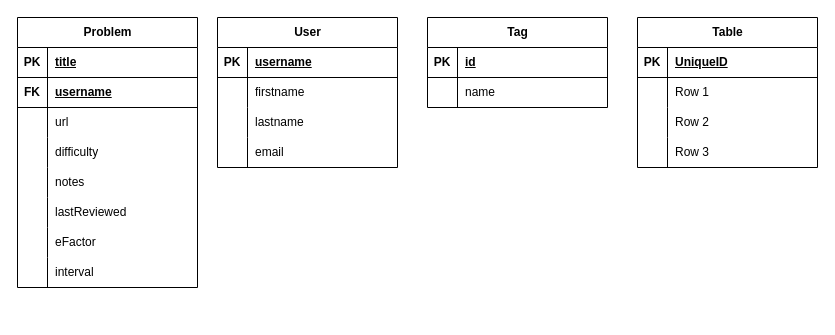
Before: project2.drawio in devanshkhandelwal/cs348, a draw.io diagram. Source tidied: cells renumbered, new cells numbered last; positions are measured from the earlier drawing's top-left corner, leaving out a move shared by most shapes. Both pictures are drawn from the tidied source at 100%, with x=0, y=0 at pixel (17, 17).
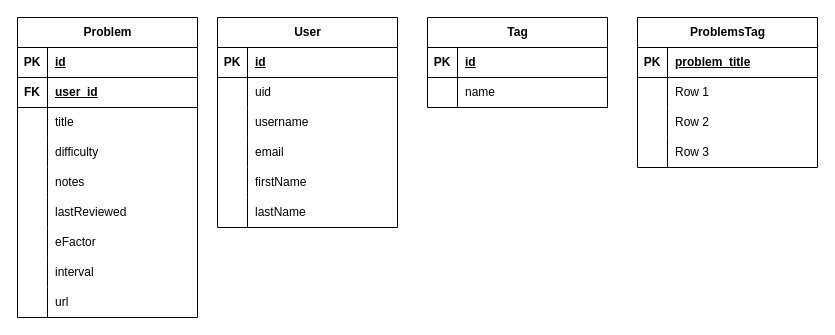
Above is the later version.

The change refers to these unchanged cells:
```xml
<mxCell id="3" style="shape=tableRow;horizontal=0;startSize=0;swimlaneHead=0;swimlaneBody=0;fillColor=none;top=0;left=0;right=0;bottom=1;" parent="2" vertex="1">
  <mxGeometry y="30" width="180" height="30" as="geometry" />
</mxCell>
<mxCell id="6" style="shape=tableRow;horizontal=0;startSize=0;swimlaneHead=0;swimlaneBody=0;fillColor=none;top=0;left=0;right=0;bottom=1;" parent="2" vertex="1">
  <mxGeometry y="60" width="180" height="30" as="geometry" />
</mxCell>
<mxCell id="9" style="shape=tableRow;horizontal=0;startSize=0;swimlaneHead=0;swimlaneBody=0;fillColor=none;top=0;left=0;right=0;bottom=0;" parent="2" vertex="1">
  <mxGeometry y="90" width="180" height="30" as="geometry" />
</mxCell>
<mxCell id="28" style="shape=tableRow;horizontal=0;startSize=0;swimlaneHead=0;swimlaneBody=0;fillColor=none;top=0;left=0;right=0;bottom=1;" parent="27" vertex="1">
  <mxGeometry y="30" width="180" height="30" as="geometry" />
</mxCell>
<mxCell id="31" style="shape=tableRow;horizontal=0;startSize=0;swimlaneHead=0;swimlaneBody=0;fillColor=none;top=0;left=0;right=0;bottom=0;" parent="27" vertex="1">
  <mxGeometry y="60" width="180" height="30" as="geometry" />
</mxCell>
<mxCell id="34" style="shape=tableRow;horizontal=0;startSize=0;swimlaneHead=0;swimlaneBody=0;fillColor=none;top=0;left=0;right=0;bottom=0;" parent="27" vertex="1">
  <mxGeometry y="90" width="180" height="30" as="geometry" />
</mxCell>
<mxCell id="48" style="shape=tableRow;horizontal=0;startSize=0;swimlaneHead=0;swimlaneBody=0;fillColor=none;top=0;left=0;right=0;bottom=1;" parent="47" vertex="1">
  <mxGeometry y="30" width="180" height="30" as="geometry" />
</mxCell>
```

What changed in the source:
```diff
@@
     <mxCell id="2" value="Problem" style="shape=table;startSize=30;childLayout=tableLayout;rowLines=0;fontStyle=1;align=center;html=1;" parent="1" vertex="1">
-      <mxGeometry width="180" height="270" as="geometry" />
+      <mxGeometry width="180" height="300" as="geometry" />
     </mxCell>
@@
-    <mxCell id="5" value="title" style="shape=partialRectangle;fillColor=none;top=0;left=0;bottom=0;right=0;align=left;spacingLeft=6;fontStyle=5;overflow=hidden;whiteSpace=wrap;html=1;" parent="3" vertex="1">
+    <mxCell id="5" value="id" style="shape=partialRectangle;fillColor=none;top=0;left=0;bottom=0;right=0;align=left;spacingLeft=6;fontStyle=5;overflow=hidden;whiteSpace=wrap;html=1;" parent="3" vertex="1">
       <mxGeometry x="30" width="150" height="30" as="geometry" />
     </mxCell>
@@
-    <mxCell id="8" value="username" style="shape=partialRectangle;fillColor=none;top=0;left=0;bottom=0;right=0;align=left;spacingLeft=6;fontStyle=5;overflow=hidden;whiteSpace=wrap;html=1;" parent="6" vertex="1">
+    <mxCell id="8" value="user_id" style="shape=partialRectangle;fillColor=none;top=0;left=0;bottom=0;right=0;align=left;spacingLeft=6;fontStyle=5;overflow=hidden;whiteSpace=wrap;html=1;" parent="6" vertex="1">
       <mxGeometry x="30" width="150" height="30" as="geometry" />
     </mxCell>
@@
-    <mxCell id="11" value="url" style="shape=partialRectangle;fillColor=none;top=0;left=0;bottom=0;right=0;align=left;spacingLeft=6;overflow=hidden;whiteSpace=wrap;html=1;" parent="9" vertex="1">
+    <mxCell id="11" value="title" style="shape=partialRectangle;fillColor=none;top=0;left=0;bottom=0;right=0;align=left;spacingLeft=6;overflow=hidden;whiteSpace=wrap;html=1;" parent="9" vertex="1">
       <mxGeometry x="30" width="150" height="30" as="geometry" />
     </mxCell>
@@
+    <mxCell id="60" style="shape=tableRow;horizontal=0;startSize=0;swimlaneHead=0;swimlaneBody=0;fillColor=none;top=0;left=0;right=0;bottom=0;" parent="2" vertex="1">
+      <mxGeometry y="270" width="180" height="30" as="geometry" />
+    </mxCell>
+    <mxCell id="61" style="shape=partialRectangle;fillColor=none;top=0;left=0;bottom=0;right=0;overflow=hidden;whiteSpace=wrap;html=1;" parent="60" vertex="1">
+      <mxGeometry width="30" height="30" as="geometry" />
+    </mxCell>
+    <mxCell id="62" value="url" style="shape=partialRectangle;fillColor=none;top=0;left=0;bottom=0;right=0;align=left;spacingLeft=6;overflow=hidden;whiteSpace=wrap;html=1;" parent="60" vertex="1">
+      <mxGeometry x="30" width="150" height="30" as="geometry" />
+    </mxCell>
     <mxCell id="27" value="User" style="shape=table;startSize=30;childLayout=tableLayout;rowLines=0;fontStyle=1;align=center;html=1;" parent="1" vertex="1">
-      <mxGeometry x="200" width="180" height="150" as="geometry" />
+      <mxGeometry x="200" width="180" height="210" as="geometry" />
     </mxCell>
@@
-    <mxCell id="30" value="username" style="shape=partialRectangle;fillColor=none;top=0;left=0;bottom=0;right=0;align=left;spacingLeft=6;fontStyle=5;overflow=hidden;whiteSpace=wrap;html=1;" parent="28" vertex="1">
+    <mxCell id="30" value="id" style="shape=partialRectangle;fillColor=none;top=0;left=0;bottom=0;right=0;align=left;spacingLeft=6;fontStyle=5;overflow=hidden;whiteSpace=wrap;html=1;" parent="28" vertex="1">
       <mxGeometry x="30" width="150" height="30" as="geometry" />
     </mxCell>
@@
-    <mxCell id="33" value="firstname" style="shape=partialRectangle;fillColor=none;top=0;left=0;bottom=0;right=0;align=left;spacingLeft=6;overflow=hidden;whiteSpace=wrap;html=1;" parent="31" vertex="1">
+    <mxCell id="33" value="uid" style="shape=partialRectangle;fillColor=none;top=0;left=0;bottom=0;right=0;align=left;spacingLeft=6;overflow=hidden;whiteSpace=wrap;html=1;" parent="31" vertex="1">
       <mxGeometry x="30" width="150" height="30" as="geometry" />
     </mxCell>
@@
-    <mxCell id="36" value="lastname" style="shape=partialRectangle;fillColor=none;top=0;left=0;bottom=0;right=0;align=left;spacingLeft=6;overflow=hidden;whiteSpace=wrap;html=1;" parent="34" vertex="1">
+    <mxCell id="36" value="username" style="shape=partialRectangle;fillColor=none;top=0;left=0;bottom=0;right=0;align=left;spacingLeft=6;overflow=hidden;whiteSpace=wrap;html=1;" parent="34" vertex="1">
       <mxGeometry x="30" width="150" height="30" as="geometry" />
     </mxCell>
@@
+    <mxCell id="63" style="shape=tableRow;horizontal=0;startSize=0;swimlaneHead=0;swimlaneBody=0;fillColor=none;top=0;left=0;right=0;bottom=0;" parent="27" vertex="1">
+      <mxGeometry y="150" width="180" height="30" as="geometry" />
+    </mxCell>
+    <mxCell id="64" style="shape=partialRectangle;fillColor=none;top=0;left=0;bottom=0;right=0;overflow=hidden;whiteSpace=wrap;html=1;" parent="63" vertex="1">
+      <mxGeometry width="30" height="30" as="geometry" />
+    </mxCell>
+    <mxCell id="65" value="firstName" style="shape=partialRectangle;fillColor=none;top=0;left=0;bottom=0;right=0;align=left;spacingLeft=6;overflow=hidden;whiteSpace=wrap;html=1;" parent="63" vertex="1">
+      <mxGeometry x="30" width="150" height="30" as="geometry" />
+    </mxCell>
+    <mxCell id="66" style="shape=tableRow;horizontal=0;startSize=0;swimlaneHead=0;swimlaneBody=0;fillColor=none;top=0;left=0;right=0;bottom=0;" parent="27" vertex="1">
+      <mxGeometry y="180" width="180" height="30" as="geometry" />
+    </mxCell>
+    <mxCell id="67" style="shape=partialRectangle;fillColor=none;top=0;left=0;bottom=0;right=0;overflow=hidden;whiteSpace=wrap;html=1;" parent="66" vertex="1">
+      <mxGeometry width="30" height="30" as="geometry" />
+    </mxCell>
+    <mxCell id="68" value="lastName" style="shape=partialRectangle;fillColor=none;top=0;left=0;bottom=0;right=0;align=left;spacingLeft=6;overflow=hidden;whiteSpace=wrap;html=1;" parent="66" vertex="1">
+      <mxGeometry x="30" width="150" height="30" as="geometry" />
+    </mxCell>
@@
-    <mxCell id="47" value="Table" style="shape=table;startSize=30;childLayout=tableLayout;rowLines=0;fontStyle=1;align=center;html=1;" parent="1" vertex="1">
+    <mxCell id="47" value="ProblemsTag" style="shape=table;startSize=30;childLayout=tableLayout;rowLines=0;fontStyle=1;align=center;html=1;" parent="1" vertex="1">
       <mxGeometry x="620" width="180" height="150" as="geometry" />
     </mxCell>
@@
-    <mxCell id="50" value="UniqueID" style="shape=partialRectangle;fillColor=none;top=0;left=0;bottom=0;right=0;align=left;spacingLeft=6;fontStyle=5;overflow=hidden;whiteSpace=wrap;html=1;" parent="48" vertex="1">
+    <mxCell id="50" value="problem_title" style="shape=partialRectangle;fillColor=none;top=0;left=0;bottom=0;right=0;align=left;spacingLeft=6;fontStyle=5;overflow=hidden;whiteSpace=wrap;html=1;" parent="48" vertex="1">
       <mxGeometry x="30" width="150" height="30" as="geometry" />
     </mxCell>
```
